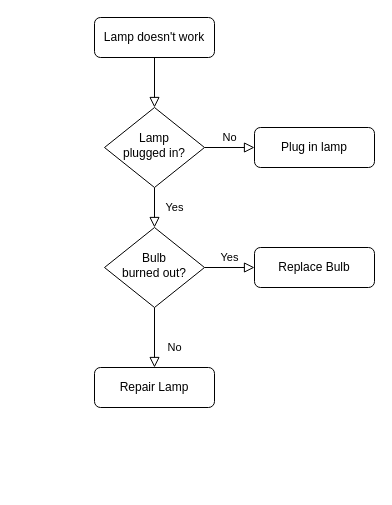
nmhummel/gameofthrones keeps this draw.io diagram as lib/Untitled Diagram.drawio. Above is the earlier version. Source tidied: cells renumbered, new cells numbered last; positions are measured from the earlier drawing's top-left corner, leaving out a move shared by most shapes. Both pictures are drawn from the tidied source at 100%, with x=0, y=0 at pixel (94, 17).
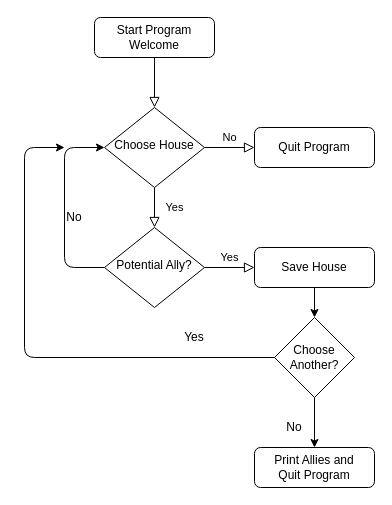
Above is the later version.

Diff of the diagram source:
```diff
@@
-    <mxCell id="3" value="Lamp doesn't work" style="rounded=1;whiteSpace=wrap;html=1;fontSize=12;glass=0;strokeWidth=1;shadow=0;" parent="1" vertex="1">
+    <mxCell id="3" value="Start Program&lt;br&gt;Welcome" style="rounded=1;whiteSpace=wrap;html=1;fontSize=12;glass=0;strokeWidth=1;shadow=0;" parent="1" vertex="1">
       <mxGeometry width="120" height="40" as="geometry" />
     </mxCell>
@@
-    <mxCell id="6" value="Lamp&lt;br&gt;plugged in?" style="rhombus;whiteSpace=wrap;html=1;shadow=0;fontFamily=Helvetica;fontSize=12;align=center;strokeWidth=1;spacing=6;spacingTop=-4;" parent="1" vertex="1">
+    <mxCell id="6" value="Choose House" style="rhombus;whiteSpace=wrap;html=1;shadow=0;fontFamily=Helvetica;fontSize=12;align=center;strokeWidth=1;spacing=6;spacingTop=-4;" parent="1" vertex="1">
       <mxGeometry x="10" y="90" width="100" height="80" as="geometry" />
     </mxCell>
-    <mxCell id="7" value="Plug in lamp" style="rounded=1;whiteSpace=wrap;html=1;fontSize=12;glass=0;strokeWidth=1;shadow=0;" parent="1" vertex="1">
+    <mxCell id="7" value="Quit Program" style="rounded=1;whiteSpace=wrap;html=1;fontSize=12;glass=0;strokeWidth=1;shadow=0;" parent="1" vertex="1">
       <mxGeometry x="160" y="110" width="120" height="40" as="geometry" />
     </mxCell>
-    <mxCell id="8" value="No" style="rounded=0;html=1;jettySize=auto;fontSize=11;endArrow=block;endFill=0;endSize=8;strokeWidth=1;shadow=0;labelBackgroundColor=none;edgeStyle=orthogonalEdgeStyle;" parent="1" edge="1" source="10" target="11">
-      <mxGeometry x="0.33" y="20" relative="1" as="geometry" />
-    </mxCell>
@@
-    <mxCell id="10" value="Bulb&lt;br&gt;burned out?" style="rhombus;whiteSpace=wrap;html=1;shadow=0;fontFamily=Helvetica;fontSize=12;align=center;strokeWidth=1;spacing=6;spacingTop=-4;" parent="1" vertex="1">
+    <mxCell id="10" value="Potential Ally?" style="rhombus;whiteSpace=wrap;html=1;shadow=0;fontFamily=Helvetica;fontSize=12;align=center;strokeWidth=1;spacing=6;spacingTop=-4;" parent="1" vertex="1">
       <mxGeometry x="10" y="210" width="100" height="80" as="geometry" />
     </mxCell>
-    <mxCell id="11" value="Repair Lamp" style="rounded=1;whiteSpace=wrap;html=1;fontSize=12;glass=0;strokeWidth=1;shadow=0;" parent="1" vertex="1">
-      <mxGeometry y="350" width="120" height="40" as="geometry" />
+    <mxCell id="11" value="Print Allies and &lt;br&gt;Quit Program" style="rounded=1;whiteSpace=wrap;html=1;fontSize=12;glass=0;strokeWidth=1;shadow=0;" parent="1" vertex="1">
+      <mxGeometry x="160" y="430" width="120" height="40" as="geometry" />
     </mxCell>
-    <mxCell id="12" value="Replace Bulb" style="rounded=1;whiteSpace=wrap;html=1;fontSize=12;glass=0;strokeWidth=1;shadow=0;" parent="1" vertex="1">
+    <mxCell id="12" value="Save House" style="rounded=1;whiteSpace=wrap;html=1;fontSize=12;glass=0;strokeWidth=1;shadow=0;" parent="1" vertex="1">
       <mxGeometry x="160" y="230" width="120" height="40" as="geometry" />
     </mxCell>
+    <mxCell id="13" style="edgeStyle=segmentEdgeStyle;endArrow=classic;html=1;exitX=0;exitY=0.5;exitDx=0;exitDy=0;" parent="1" edge="1" source="10" target="6">
+      <mxGeometry relative="1" as="geometry">
+        <Array as="points">
+          <mxPoint x="-30" y="250" />
+          <mxPoint x="-30" y="130" />
+        </Array>
+      </mxGeometry>
+    </mxCell>
+    <mxCell id="14" value="No" style="text;html=1;strokeColor=none;fillColor=none;align=center;verticalAlign=middle;whiteSpace=wrap;rounded=0;" parent="1" vertex="1">
+      <mxGeometry x="-40" y="190" width="40" height="20" as="geometry" />
+    </mxCell>
+    <mxCell id="15" style="endArrow=classic;html=1;entryX=0.5;entryY=0;entryDx=0;entryDy=0;exitX=0.5;exitY=1;exitDx=0;exitDy=0;" parent="1" edge="1" source="12" target="18">
+      <mxGeometry relative="1" as="geometry" />
+    </mxCell>
+    <mxCell id="16" style="edgeStyle=segmentEdgeStyle;endArrow=classic;html=1;exitX=0;exitY=0.5;exitDx=0;exitDy=0;" parent="1" edge="1" source="18">
+      <mxGeometry relative="1" as="geometry">
+        <mxPoint x="-30" y="130" as="targetPoint" />
+        <Array as="points">
+          <mxPoint x="-70" y="340" />
+          <mxPoint x="-70" y="130" />
+        </Array>
+      </mxGeometry>
+    </mxCell>
+    <mxCell id="17" value="Yes" style="text;html=1;strokeColor=none;fillColor=none;align=center;verticalAlign=middle;whiteSpace=wrap;rounded=0;" parent="1" vertex="1">
+      <mxGeometry x="80" y="310" width="40" height="20" as="geometry" />
+    </mxCell>
+    <mxCell id="18" value="&lt;span&gt;Choose Another?&lt;/span&gt;" style="rhombus;whiteSpace=wrap;html=1;" parent="1" vertex="1">
+      <mxGeometry x="180" y="300" width="80" height="80" as="geometry" />
+    </mxCell>
+    <mxCell id="19" style="endArrow=classic;html=1;exitX=0.5;exitY=1;exitDx=0;exitDy=0;entryX=0.5;entryY=0;entryDx=0;entryDy=0;" parent="1" edge="1" source="18" target="11">
+      <mxGeometry relative="1" as="geometry" />
+    </mxCell>
+    <mxCell id="20" value="No" style="text;html=1;strokeColor=none;fillColor=none;align=center;verticalAlign=middle;whiteSpace=wrap;rounded=0;" parent="1" vertex="1">
+      <mxGeometry x="180" y="400" width="40" height="20" as="geometry" />
+    </mxCell>
```
